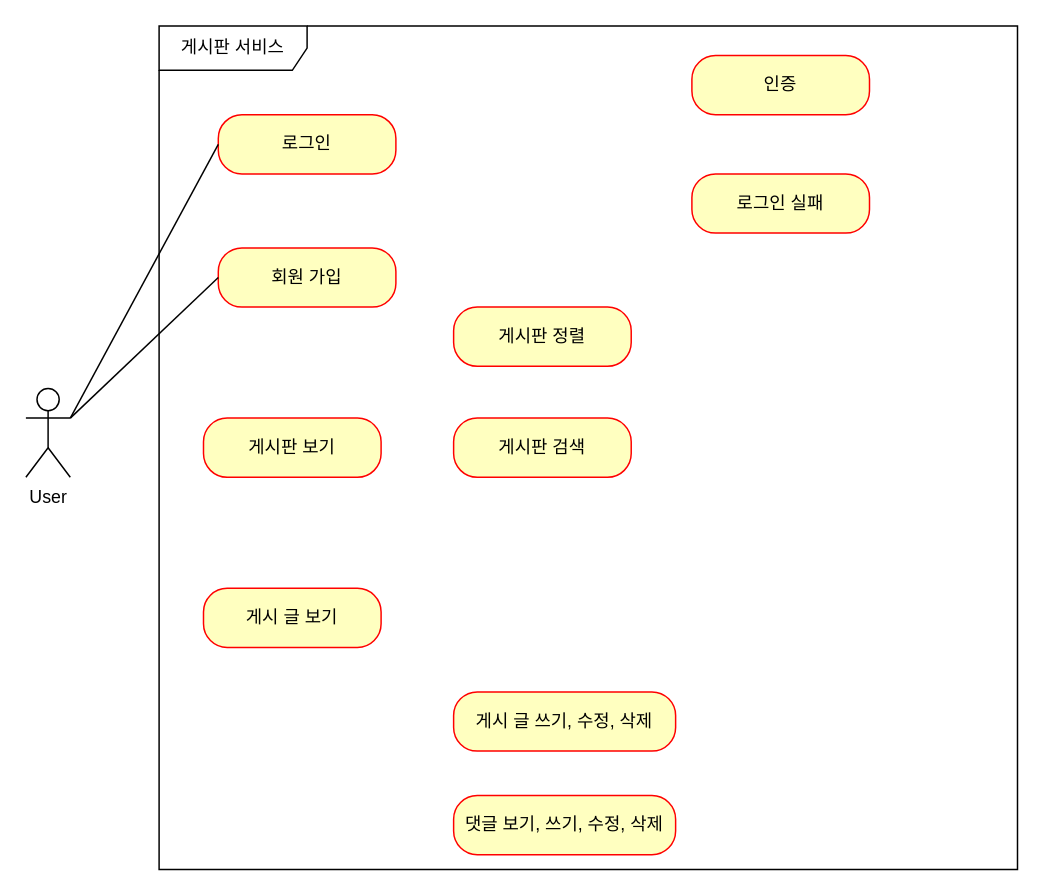
The draw.io diagram Use Case.drawio in yoojanghun/board-making-practice, before the edit. Source tidied: cells renumbered, new cells numbered last; positions are measured from the earlier drawing's top-left corner, leaving out a move shared by most shapes. Both pictures are drawn from the tidied source at 148%, with x=0, y=0 at pixel (25, 25).
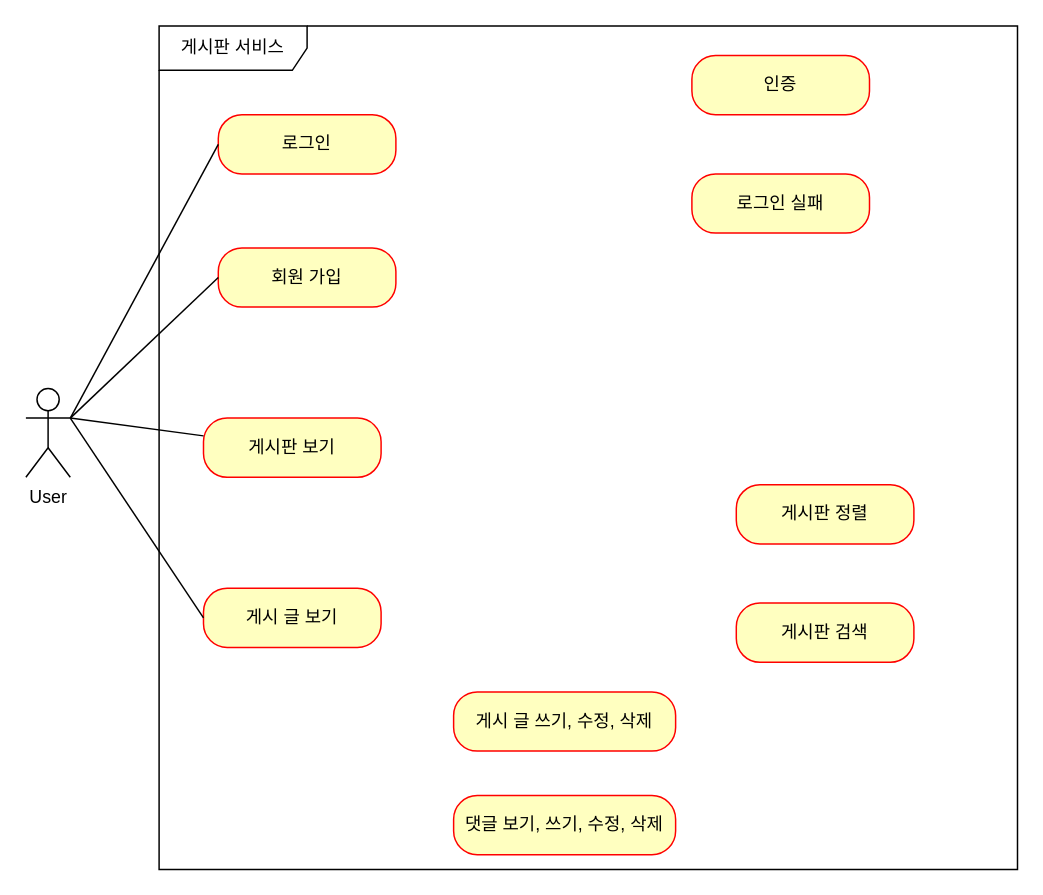
The same diagram, later.

Change to the diagram source:
```diff
@@
 <mxGraphModel>
   <root>
     <mxCell id="0" />
     <mxCell id="1" parent="0" />
     <mxCell id="2" value="User" style="shape=umlActor;verticalLabelPosition=bottom;verticalAlign=top;html=1;" parent="1" vertex="1">
       <mxGeometry y="245" width="30" height="60" as="geometry" />
     </mxCell>
     <mxCell id="3" value="게시판 서비스" style="shape=umlFrame;whiteSpace=wrap;html=1;width=100;height=30;" parent="1" vertex="1">
       <mxGeometry x="90" width="580" height="570" as="geometry" />
     </mxCell>
     <mxCell id="4" value="회원 가입" style="rounded=1;whiteSpace=wrap;html=1;arcSize=40;fontColor=#000000;fillColor=#ffffc0;strokeColor=#ff0000;" parent="1" vertex="1">
       <mxGeometry x="130" y="150" width="120" height="40" as="geometry" />
     </mxCell>
     <mxCell id="5" style="rounded=0;jettySize=auto;html=1;shape=wire;dashed=1;endArrow=none;endFill=0;entryX=1;entryY=0.3333333333333333;entryDx=0;entryDy=0;entryPerimeter=0;exitX=0;exitY=0.5;exitDx=0;exitDy=0;" parent="1" edge="1" source="4" target="2">
       <mxGeometry relative="1" as="geometry" />
     </mxCell>
     <mxCell id="6" value="게시판 보기" style="rounded=1;whiteSpace=wrap;html=1;arcSize=40;fontColor=#000000;fillColor=#ffffc0;strokeColor=#ff0000;" parent="1" vertex="1">
       <mxGeometry x="120" y="265" width="120" height="40" as="geometry" />
     </mxCell>
     <mxCell id="7" value="게시 글 보기" style="rounded=1;whiteSpace=wrap;html=1;arcSize=40;fontColor=#000000;fillColor=#ffffc0;strokeColor=#ff0000;" parent="1" vertex="1">
       <mxGeometry x="120" y="380" width="120" height="40" as="geometry" />
     </mxCell>
     <mxCell id="8" value="로그인" style="rounded=1;whiteSpace=wrap;html=1;arcSize=40;fontColor=#000000;fillColor=#ffffc0;strokeColor=#ff0000;" parent="1" vertex="1">
       <mxGeometry x="130" y="60" width="120" height="40" as="geometry" />
     </mxCell>
     <mxCell id="9" value="인증" style="rounded=1;whiteSpace=wrap;html=1;arcSize=40;fontColor=#000000;fillColor=#ffffc0;strokeColor=#ff0000;" parent="1" vertex="1">
       <mxGeometry x="450" y="20" width="120" height="40" as="geometry" />
     </mxCell>
     <mxCell id="10" value="로그인 실패" style="rounded=1;whiteSpace=wrap;html=1;arcSize=40;fontColor=#000000;fillColor=#ffffc0;strokeColor=#ff0000;" parent="1" vertex="1">
       <mxGeometry x="450" y="100" width="120" height="40" as="geometry" />
     </mxCell>
     <mxCell id="11" value="게시판 정렬" style="rounded=1;whiteSpace=wrap;html=1;arcSize=40;fontColor=#000000;fillColor=#ffffc0;strokeColor=#ff0000;" parent="1" vertex="1">
-      <mxGeometry x="289" y="190" width="120" height="40" as="geometry" />
+      <mxGeometry x="480" y="310" width="120" height="40" as="geometry" />
     </mxCell>
     <mxCell id="12" value="게시판 검색" style="rounded=1;whiteSpace=wrap;html=1;arcSize=40;fontColor=#000000;fillColor=#ffffc0;strokeColor=#ff0000;" parent="1" vertex="1">
-      <mxGeometry x="289" y="265" width="120" height="40" as="geometry" />
+      <mxGeometry x="480" y="390" width="120" height="40" as="geometry" />
     </mxCell>
     <mxCell id="13" value="게시 글 쓰기, 수정, 삭제" style="rounded=1;whiteSpace=wrap;html=1;arcSize=40;fontColor=#000000;fillColor=#ffffc0;strokeColor=#ff0000;" parent="1" vertex="1">
       <mxGeometry x="289" y="450" width="150" height="40" as="geometry" />
     </mxCell>
     <mxCell id="14" value="댓글 보기, 쓰기, 수정, 삭제" style="rounded=1;whiteSpace=wrap;html=1;arcSize=40;fontColor=#000000;fillColor=#ffffc0;strokeColor=#ff0000;" parent="1" vertex="1">
       <mxGeometry x="289" y="520" width="150" height="40" as="geometry" />
     </mxCell>
     <mxCell id="15" style="shape=connector;rounded=0;jettySize=auto;html=1;entryX=1;entryY=0.3333333333333333;entryDx=0;entryDy=0;entryPerimeter=0;strokeColor=default;align=center;verticalAlign=middle;fontFamily=Helvetica;fontSize=11;fontColor=default;labelBackgroundColor=default;endArrow=none;endFill=0;exitX=0;exitY=0.5;exitDx=0;exitDy=0;" parent="1" edge="1" source="8" target="2">
       <mxGeometry relative="1" as="geometry" />
     </mxCell>
+    <mxCell id="16" style="shape=connector;rounded=0;jettySize=auto;html=1;entryX=1;entryY=0.3333333333333333;entryDx=0;entryDy=0;entryPerimeter=0;strokeColor=default;align=center;verticalAlign=middle;fontFamily=Helvetica;fontSize=11;fontColor=default;labelBackgroundColor=default;endArrow=none;endFill=0;" parent="1" edge="1" source="6" target="2">
+      <mxGeometry relative="1" as="geometry" />
+    </mxCell>
+    <mxCell id="17" style="shape=connector;rounded=0;jettySize=auto;html=1;entryX=1;entryY=0.3333333333333333;entryDx=0;entryDy=0;entryPerimeter=0;strokeColor=default;align=center;verticalAlign=middle;fontFamily=Helvetica;fontSize=11;fontColor=default;labelBackgroundColor=default;endArrow=none;endFill=0;exitX=0;exitY=0.5;exitDx=0;exitDy=0;" parent="1" edge="1" source="7" target="2">
+      <mxGeometry relative="1" as="geometry" />
+    </mxCell>
   </root>
 </mxGraphModel>
```
